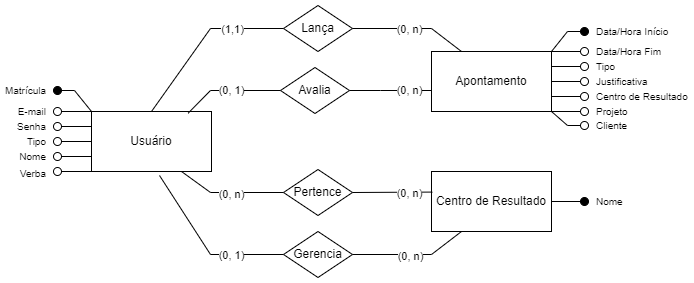
projetoKhali/API2Semestre keeps this draw.io diagram as Docs/ERD/Diagrama de Cardinalidade.png. Above is the earlier version. Source tidied: cells renumbered, new cells last; positions are measured from the earlier drawing's top-left corner, leaving out a move shared by most shapes.
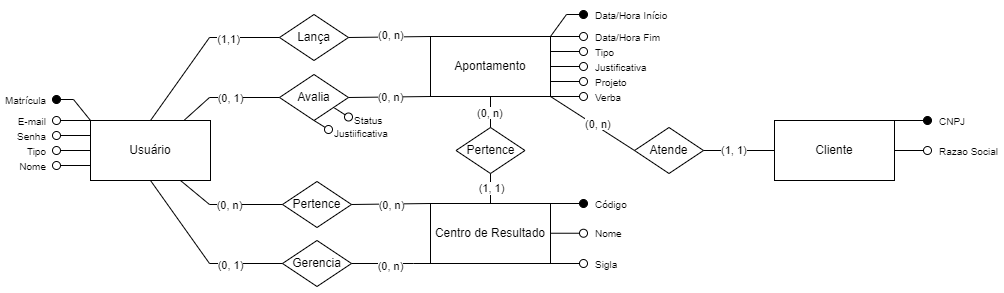
The same diagram one commit later.

Commit message:
atualização diagrama entidade/relacionamento

What changed in the source:
```diff
@@ -49,16 +49,6 @@
         <mxPoint x="-10" y="2" as="offset" />
       </mxGeometry>
     </mxCell>
-    <mxCell id="11" style="html=1;verticalAlign=bottom;labelBackgroundColor=none;startArrow=oval;startFill=0;startSize=8;endArrow=none;rounded=0;entryX=0;entryY=1;entryDx=0;entryDy=0;" parent="1" edge="1" target="4">
-      <mxGeometry x="-1" y="3" relative="1" as="geometry">
-        <mxPoint y="166" as="sourcePoint" />
-      </mxGeometry>
-    </mxCell>
-    <mxCell id="12" value="Verba" style="edgeLabel;html=1;align=right;verticalAlign=middle;fontSize=10;" parent="11" vertex="1">
-      <mxGeometry x="-1" y="2" relative="1" as="geometry">
-        <mxPoint x="-10" y="4" as="offset" />
-      </mxGeometry>
-    </mxCell>
     <mxCell id="13" style="html=1;verticalAlign=bottom;labelBackgroundColor=none;startArrow=oval;startFill=0;startSize=8;endArrow=none;rounded=0;entryX=0;entryY=0;entryDx=0;entryDy=0;" parent="1" edge="1" target="4">
       <mxGeometry x="-1" y="3" relative="1" as="geometry">
         <mxPoint y="106" as="sourcePoint" />
@@ -70,21 +60,21 @@
       </mxGeometry>
     </mxCell>
     <mxCell id="15" value="Lança" style="rhombus;whiteSpace=wrap;html=1;flipV=0;" parent="1" vertex="1">
-      <mxGeometry x="226" width="69" height="46" as="geometry" />
+      <mxGeometry x="223" width="69" height="46" as="geometry" />
     </mxCell>
     <mxCell id="16" value="Avalia" style="rhombus;whiteSpace=wrap;html=1;flipV=0;" parent="1" vertex="1">
-      <mxGeometry x="223" y="62" width="69" height="46" as="geometry" />
+      <mxGeometry x="223" y="60" width="69" height="46" as="geometry" />
     </mxCell>
     <mxCell id="17" value="Pertence" style="rhombus;whiteSpace=wrap;html=1;flipV=0;" parent="1" vertex="1">
-      <mxGeometry x="226" y="164" width="69" height="46" as="geometry" />
+      <mxGeometry x="226" y="167" width="69" height="46" as="geometry" />
     </mxCell>
     <mxCell id="18" value="Gerencia" style="rhombus;whiteSpace=wrap;html=1;flipV=0;" parent="1" vertex="1">
       <mxGeometry x="226" y="226" width="69" height="46" as="geometry" />
     </mxCell>
-    <mxCell id="19" style="endArrow=none;html=1;rounded=0;entryX=0;entryY=0.5;entryDx=0;entryDy=0;exitX=0.805;exitY=0.029;exitDx=0;exitDy=0;exitPerimeter=0;" parent="1" edge="1" source="4" target="16">
+    <mxCell id="19" style="endArrow=none;html=1;rounded=0;entryX=0;entryY=0.5;entryDx=0;entryDy=0;" parent="1" edge="1" source="4" target="16">
       <mxGeometry relative="1" as="geometry">
         <Array as="points">
-          <mxPoint x="153" y="85" />
+          <mxPoint x="153" y="83" />
         </Array>
       </mxGeometry>
     </mxCell>
@@ -96,39 +86,35 @@
     <mxCell id="21" style="endArrow=none;html=1;rounded=0;entryX=0;entryY=0.5;entryDx=0;entryDy=0;exitX=0.75;exitY=1;exitDx=0;exitDy=0;" parent="1" edge="1" source="4" target="17">
       <mxGeometry relative="1" as="geometry">
         <Array as="points">
-          <mxPoint x="153" y="187" />
+          <mxPoint x="153" y="190" />
         </Array>
       </mxGeometry>
     </mxCell>
     <mxCell id="22" value="(0, n)" style="edgeLabel;html=1;align=center;verticalAlign=middle;" parent="21" vertex="1">
       <mxGeometry x="-0.11" y="-2" relative="1" as="geometry">
-        <mxPoint x="8" as="offset" />
+        <mxPoint x="8" y="-2" as="offset" />
       </mxGeometry>
     </mxCell>
     <mxCell id="23" value="Apontamento" style="rounded=0;whiteSpace=wrap;html=1;flipV=0;" parent="1" vertex="1">
-      <mxGeometry x="374" y="46" width="120" height="60" as="geometry" />
+      <mxGeometry x="374" y="22" width="120" height="60" as="geometry" />
     </mxCell>
     <mxCell id="24" value="Centro de Resultado" style="rounded=0;whiteSpace=wrap;html=1;flipV=0;" parent="1" vertex="1">
-      <mxGeometry x="374" y="166" width="120" height="60" as="geometry" />
+      <mxGeometry x="374" y="189" width="120" height="60" as="geometry" />
     </mxCell>
-    <mxCell id="25" style="endArrow=none;html=1;rounded=0;exitX=1;exitY=0.5;exitDx=0;exitDy=0;entryX=0;entryY=0.65;entryDx=0;entryDy=0;entryPerimeter=0;" parent="1" edge="1" source="16" target="23">
-      <mxGeometry relative="1" as="geometry">
-        <Array as="points">
-          <mxPoint x="323" y="85" />
-        </Array>
-      </mxGeometry>
+    <mxCell id="25" style="endArrow=none;html=1;rounded=0;exitX=1;exitY=0.5;exitDx=0;exitDy=0;entryX=0;entryY=1;entryDx=0;entryDy=0;" parent="1" edge="1" source="16" target="23">
+      <mxGeometry relative="1" as="geometry" />
     </mxCell>
     <mxCell id="26" value="(0, n)" style="edgeLabel;html=1;align=center;verticalAlign=middle;" parent="25" vertex="1">
       <mxGeometry x="0.61" relative="1" as="geometry">
-        <mxPoint x="-6" as="offset" />
+        <mxPoint x="-25" as="offset" />
       </mxGeometry>
     </mxCell>
-    <mxCell id="27" style="endArrow=none;html=1;rounded=0;exitX=1;exitY=0.5;exitDx=0;exitDy=0;entryX=0.007;entryY=0.343;entryDx=0;entryDy=0;entryPerimeter=0;" parent="1" edge="1" source="17" target="24">
+    <mxCell id="27" style="endArrow=none;html=1;rounded=0;exitX=1;exitY=0.5;exitDx=0;exitDy=0;entryX=0;entryY=0;entryDx=0;entryDy=0;" parent="1" edge="1" source="17" target="24">
       <mxGeometry relative="1" as="geometry" />
     </mxCell>
     <mxCell id="28" value="(0, n)" style="edgeLabel;html=1;align=center;verticalAlign=middle;" parent="27" vertex="1">
       <mxGeometry x="0.31" y="-1" relative="1" as="geometry">
-        <mxPoint x="4" as="offset" />
+        <mxPoint x="-12" as="offset" />
       </mxGeometry>
     </mxCell>
     <mxCell id="29" style="endArrow=none;html=1;rounded=0;entryX=0;entryY=0.5;entryDx=0;entryDy=0;exitX=0.5;exitY=0;exitDx=0;exitDy=0;" parent="1" edge="1" source="4" target="15">
@@ -143,21 +129,8 @@
         <mxPoint x="6" as="offset" />
       </mxGeometry>
     </mxCell>
-    <mxCell id="31" style="endArrow=none;html=1;rounded=0;entryX=1;entryY=0.5;entryDx=0;entryDy=0;exitX=0.25;exitY=0;exitDx=0;exitDy=0;" parent="1" edge="1" source="23" target="15">
-      <mxGeometry relative="1" as="geometry">
-        <Array as="points">
-          <mxPoint x="374" y="23" />
-        </Array>
-      </mxGeometry>
-    </mxCell>
-    <mxCell id="32" value="(0, n)" style="edgeLabel;html=1;align=center;verticalAlign=middle;" parent="31" vertex="1">
-      <mxGeometry x="-0.04" y="1" relative="1" as="geometry">
-        <mxPoint x="-4" as="offset" />
-      </mxGeometry>
-    </mxCell>
-    <mxCell id="33" style="endArrow=none;html=1;rounded=0;entryX=0;entryY=0.5;entryDx=0;entryDy=0;" parent="1" edge="1" target="18">
+    <mxCell id="33" style="endArrow=none;html=1;rounded=0;entryX=0;entryY=0.5;entryDx=0;entryDy=0;exitX=0.5;exitY=1;exitDx=0;exitDy=0;" parent="1" edge="1" source="4" target="18">
       <mxGeometry relative="1" as="geometry">
-        <mxPoint x="102" y="170" as="sourcePoint" />
         <Array as="points">
           <mxPoint x="153" y="249" />
         </Array>
@@ -165,13 +138,13 @@
     </mxCell>
     <mxCell id="34" value="(0, 1)" style="edgeLabel;html=1;align=center;verticalAlign=middle;" parent="33" vertex="1">
       <mxGeometry x="0.26" y="-1" relative="1" as="geometry">
-        <mxPoint x="10" as="offset" />
+        <mxPoint x="13" as="offset" />
       </mxGeometry>
     </mxCell>
-    <mxCell id="35" style="endArrow=none;html=1;rounded=0;entryX=0.25;entryY=1;entryDx=0;entryDy=0;exitX=1;exitY=0.5;exitDx=0;exitDy=0;" parent="1" edge="1" source="18" target="24">
+    <mxCell id="35" style="endArrow=none;html=1;rounded=0;entryX=0;entryY=1;entryDx=0;entryDy=0;exitX=1;exitY=0.5;exitDx=0;exitDy=0;" parent="1" edge="1" source="18" target="24">
       <mxGeometry relative="1" as="geometry">
         <Array as="points">
-          <mxPoint x="374" y="249" />
+          <mxPoint x="357" y="249" />
         </Array>
       </mxGeometry>
     </mxCell>
@@ -180,21 +153,21 @@
         <mxPoint x="-3" as="offset" />
       </mxGeometry>
     </mxCell>
-    <mxCell id="37" style="html=1;verticalAlign=bottom;labelBackgroundColor=none;startArrow=oval;startFill=1;startSize=8;endArrow=none;rounded=0;entryX=1;entryY=0.5;entryDx=0;entryDy=0;" parent="1" edge="1" target="24">
+    <mxCell id="37" style="html=1;verticalAlign=bottom;labelBackgroundColor=none;startArrow=oval;startFill=1;startSize=8;endArrow=none;rounded=0;entryX=1;entryY=0;entryDx=0;entryDy=0;" parent="1" edge="1" target="24">
       <mxGeometry x="-1" y="3" relative="1" as="geometry">
-        <mxPoint x="527" y="196" as="sourcePoint" />
+        <mxPoint x="527" y="189" as="sourcePoint" />
       </mxGeometry>
     </mxCell>
-    <mxCell id="38" value="&lt;font style=&quot;font-size: 10px;&quot;&gt;Nome&lt;/font&gt;" style="edgeLabel;html=1;align=left;verticalAlign=middle;" parent="37" vertex="1">
+    <mxCell id="38" value="&lt;span style=&quot;font-size: 10px;&quot;&gt;Código&lt;/span&gt;" style="edgeLabel;html=1;align=left;verticalAlign=middle;" parent="37" vertex="1">
       <mxGeometry x="-1" y="4" relative="1" as="geometry">
         <mxPoint x="10" y="-4" as="offset" />
       </mxGeometry>
     </mxCell>
     <mxCell id="39" style="html=1;verticalAlign=bottom;labelBackgroundColor=none;startArrow=oval;startFill=1;startSize=8;endArrow=none;rounded=0;entryX=1;entryY=0;entryDx=0;entryDy=0;" parent="1" edge="1" target="23">
       <mxGeometry x="-1" y="3" relative="1" as="geometry">
-        <mxPoint x="527" y="26" as="sourcePoint" />
+        <mxPoint x="527" as="sourcePoint" />
         <Array as="points">
-          <mxPoint x="510" y="26" />
+          <mxPoint x="510" />
         </Array>
       </mxGeometry>
     </mxCell>
@@ -205,7 +178,7 @@
     </mxCell>
     <mxCell id="41" style="html=1;verticalAlign=bottom;labelBackgroundColor=none;startArrow=oval;startFill=0;startSize=8;endArrow=none;rounded=0;entryX=1;entryY=0;entryDx=0;entryDy=0;" parent="1" edge="1" target="23">
       <mxGeometry x="-1" y="3" relative="1" as="geometry">
-        <mxPoint x="527" y="46" as="sourcePoint" />
+        <mxPoint x="527" y="22" as="sourcePoint" />
       </mxGeometry>
     </mxCell>
     <mxCell id="42" value="&lt;font style=&quot;font-size: 10px;&quot;&gt;Data/Hora Fim&lt;/font&gt;" style="edgeLabel;html=1;align=left;verticalAlign=middle;" parent="41" vertex="1">
@@ -215,7 +188,7 @@
     </mxCell>
     <mxCell id="43" style="html=1;verticalAlign=bottom;labelBackgroundColor=none;startArrow=oval;startFill=0;startSize=8;endArrow=none;rounded=0;entryX=1;entryY=0.25;entryDx=0;entryDy=0;" parent="1" edge="1" target="23">
       <mxGeometry x="-1" y="3" relative="1" as="geometry">
-        <mxPoint x="527" y="61" as="sourcePoint" />
+        <mxPoint x="527" y="37" as="sourcePoint" />
       </mxGeometry>
     </mxCell>
     <mxCell id="44" value="&lt;font style=&quot;font-size: 10px;&quot;&gt;Tipo&lt;/font&gt;" style="edgeLabel;html=1;align=left;verticalAlign=middle;" parent="43" vertex="1">
@@ -225,7 +198,7 @@
     </mxCell>
     <mxCell id="45" style="html=1;verticalAlign=bottom;labelBackgroundColor=none;startArrow=oval;startFill=0;startSize=8;endArrow=none;rounded=0;entryX=1;entryY=0.5;entryDx=0;entryDy=0;" parent="1" edge="1" target="23">
       <mxGeometry x="-1" y="3" relative="1" as="geometry">
-        <mxPoint x="527" y="76" as="sourcePoint" />
+        <mxPoint x="527" y="52" as="sourcePoint" />
       </mxGeometry>
     </mxCell>
     <mxCell id="46" value="&lt;font style=&quot;font-size: 10px;&quot;&gt;Justificativa&lt;/font&gt;" style="edgeLabel;html=1;align=left;verticalAlign=middle;" parent="45" vertex="1">
@@ -233,19 +206,9 @@
         <mxPoint x="10" y="-4" as="offset" />
       </mxGeometry>
     </mxCell>
-    <mxCell id="47" style="html=1;verticalAlign=bottom;labelBackgroundColor=none;startArrow=oval;startFill=0;startSize=8;endArrow=none;rounded=0;entryX=1;entryY=0.75;entryDx=0;entryDy=0;" parent="1" edge="1" target="23">
-      <mxGeometry x="-1" y="3" relative="1" as="geometry">
-        <mxPoint x="527" y="91" as="sourcePoint" />
-      </mxGeometry>
-    </mxCell>
-    <mxCell id="48" value="&lt;font style=&quot;font-size: 10px;&quot;&gt;Centro de Resultado&lt;/font&gt;" style="edgeLabel;html=1;align=left;verticalAlign=middle;" parent="47" vertex="1">
-      <mxGeometry x="-1" y="4" relative="1" as="geometry">
-        <mxPoint x="10" y="-4" as="offset" />
-      </mxGeometry>
-    </mxCell>
-    <mxCell id="49" style="html=1;verticalAlign=bottom;labelBackgroundColor=none;startArrow=oval;startFill=0;startSize=8;endArrow=none;rounded=0;entryX=1;entryY=1;entryDx=0;entryDy=0;" parent="1" edge="1" target="23">
+    <mxCell id="49" style="html=1;verticalAlign=bottom;labelBackgroundColor=none;startArrow=oval;startFill=0;startSize=8;endArrow=none;rounded=0;entryX=1;entryY=0.75;entryDx=0;entryDy=0;" parent="1" edge="1" target="23">
       <mxGeometry x="-1" y="3" relative="1" as="geometry">
-        <mxPoint x="527" y="106" as="sourcePoint" />
+        <mxPoint x="527" y="67" as="sourcePoint" />
       </mxGeometry>
     </mxCell>
     <mxCell id="50" value="&lt;font style=&quot;font-size: 10px;&quot;&gt;Projeto&lt;/font&gt;" style="edgeLabel;html=1;align=left;verticalAlign=middle;" parent="49" vertex="1">
@@ -253,18 +216,121 @@
         <mxPoint x="10" y="-4" as="offset" />
       </mxGeometry>
     </mxCell>
-    <mxCell id="51" style="html=1;verticalAlign=bottom;labelBackgroundColor=none;startArrow=oval;startFill=0;startSize=8;endArrow=none;rounded=0;entryX=1;entryY=1;entryDx=0;entryDy=0;" parent="1" edge="1" target="23">
-      <mxGeometry x="-1" y="3" relative="1" as="geometry">
-        <mxPoint x="527" y="120" as="sourcePoint" />
-        <Array as="points">
-          <mxPoint x="510" y="120" />
-        </Array>
-      </mxGeometry>
-    </mxCell>
+    <mxCell id="53" style="endArrow=none;html=1;rounded=0;exitX=1;exitY=0.5;exitDx=0;exitDy=0;entryX=0;entryY=0;entryDx=0;entryDy=0;" parent="1" edge="1" source="15" target="23">
+      <mxGeometry relative="1" as="geometry" />
+    </mxCell>
+    <mxCell id="54" value="&lt;span style=&quot;color: rgb(0, 0, 0); font-family: Helvetica; font-size: 11px; font-style: normal; font-variant-ligatures: normal; font-variant-caps: normal; font-weight: 400; letter-spacing: normal; orphans: 2; text-align: center; text-indent: 0px; text-transform: none; widows: 2; word-spacing: 0px; -webkit-text-stroke-width: 0px; background-color: rgb(255, 255, 255); text-decoration-thickness: initial; text-decoration-style: initial; text-decoration-color: initial; float: none; display: inline !important;&quot;&gt;(0, n)&lt;/span&gt;" style="text;whiteSpace=wrap;html=1;" parent="1" vertex="1">
+      <mxGeometry x="320" y="7" width="85" height="51" as="geometry" />
+    </mxCell>
+    <mxCell id="55" value="Pertence" style="rhombus;whiteSpace=wrap;html=1;flipV=0;" parent="1" vertex="1">
+      <mxGeometry x="399.5" y="113" width="69" height="46" as="geometry" />
+    </mxCell>
+    <mxCell id="56" style="endArrow=none;html=1;rounded=0;entryX=0.5;entryY=1;entryDx=0;entryDy=0;exitX=0.5;exitY=0;exitDx=0;exitDy=0;" parent="1" edge="1" source="55" target="23">
+      <mxGeometry relative="1" as="geometry" />
+    </mxCell>
+    <mxCell id="57" style="endArrow=none;html=1;rounded=0;entryX=0.5;entryY=1;entryDx=0;entryDy=0;" parent="1" edge="1" source="24" target="55">
+      <mxGeometry relative="1" as="geometry" />
+    </mxCell>
+    <mxCell id="58" value="(1, 1)" style="edgeLabel;html=1;align=center;verticalAlign=middle;" parent="1" vertex="1">
+      <mxGeometry x="366.1" y="98" as="geometry">
+        <mxPoint x="68" y="75" as="offset" />
+      </mxGeometry>
+    </mxCell>
+    <mxCell id="59" value="&lt;span style=&quot;color: rgb(0, 0, 0); font-family: Helvetica; font-size: 11px; font-style: normal; font-variant-ligatures: normal; font-variant-caps: normal; font-weight: 400; letter-spacing: normal; orphans: 2; text-align: center; text-indent: 0px; text-transform: none; widows: 2; word-spacing: 0px; -webkit-text-stroke-width: 0px; background-color: rgb(255, 255, 255); text-decoration-thickness: initial; text-decoration-style: initial; text-decoration-color: initial; float: none; display: inline !important;&quot;&gt;(0, n)&lt;/span&gt;" style="text;whiteSpace=wrap;html=1;" parent="1" vertex="1">
+      <mxGeometry x="419" y="85" width="85" height="51" as="geometry" />
+    </mxCell>
-    <mxCell id="52" value="&lt;font style=&quot;font-size: 10px;&quot;&gt;Cliente&lt;/font&gt;" style="edgeLabel;html=1;align=left;verticalAlign=middle;points=[];" parent="51" vertex="1">
-      <mxGeometry x="-1" y="4" relative="1" as="geometry">
-        <mxPoint x="10" y="-4" as="offset" />
-      </mxGeometry>
+    <mxCell id="52" value="Cliente" style="rounded=0;whiteSpace=wrap;html=1;flipV=0;" parent="1" vertex="1">
+      <mxGeometry x="718" y="106" width="120" height="60" as="geometry" />
     </mxCell>
+    <mxCell id="60" value="Atende" style="rhombus;whiteSpace=wrap;html=1;flipV=0;" parent="1" vertex="1">
+      <mxGeometry x="578" y="113" width="69" height="46" as="geometry" />
+    </mxCell>
+    <mxCell id="61" style="endArrow=none;html=1;rounded=0;entryX=0;entryY=0.5;entryDx=0;entryDy=0;exitX=1;exitY=1;exitDx=0;exitDy=0;" parent="1" edge="1" source="23" target="60">
+      <mxGeometry relative="1" as="geometry" />
+    </mxCell>
+    <mxCell id="62" style="endArrow=none;html=1;rounded=0;exitX=1;exitY=0.5;exitDx=0;exitDy=0;" parent="1" edge="1" source="60" target="52">
+      <mxGeometry relative="1" as="geometry" />
+    </mxCell>
+    <mxCell id="63" style="html=1;verticalAlign=bottom;labelBackgroundColor=none;startArrow=oval;startFill=0;startSize=8;endArrow=none;rounded=0;entryX=1;entryY=0.5;entryDx=0;entryDy=0;" parent="1" edge="1" target="52">
+      <mxGeometry x="-1" y="3" relative="1" as="geometry">
+        <mxPoint x="871" y="136" as="sourcePoint" />
+      </mxGeometry>
+    </mxCell>
+    <mxCell id="64" value="&lt;font style=&quot;font-size: 10px;&quot;&gt;Razao Social&lt;/font&gt;" style="edgeLabel;html=1;align=left;verticalAlign=middle;" parent="63" vertex="1">
+      <mxGeometry x="-1" y="4" relative="1" as="geometry">
+        <mxPoint x="10" y="-4" as="offset" />
+      </mxGeometry>
+    </mxCell>
+    <mxCell id="65" style="html=1;verticalAlign=bottom;labelBackgroundColor=none;startArrow=oval;startFill=1;startSize=8;endArrow=none;rounded=0;entryX=1;entryY=0.5;entryDx=0;entryDy=0;" parent="1" edge="1">
+      <mxGeometry x="-1" y="3" relative="1" as="geometry">
+        <mxPoint x="871" y="106" as="sourcePoint" />
+        <mxPoint x="838" y="106" as="targetPoint" />
+      </mxGeometry>
+    </mxCell>
+    <mxCell id="66" value="&lt;font style=&quot;font-size: 10px;&quot;&gt;CNPJ&lt;/font&gt;" style="edgeLabel;html=1;align=left;verticalAlign=middle;" parent="65" vertex="1">
+      <mxGeometry x="-1" y="4" relative="1" as="geometry">
+        <mxPoint x="10" y="-4" as="offset" />
+      </mxGeometry>
+    </mxCell>
+    <mxCell id="67" value="&lt;span style=&quot;color: rgb(0, 0, 0); font-family: Helvetica; font-size: 11px; font-style: normal; font-variant-ligatures: normal; font-variant-caps: normal; font-weight: 400; letter-spacing: normal; orphans: 2; text-align: center; text-indent: 0px; text-transform: none; widows: 2; word-spacing: 0px; -webkit-text-stroke-width: 0px; background-color: rgb(255, 255, 255); text-decoration-thickness: initial; text-decoration-style: initial; text-decoration-color: initial; float: none; display: inline !important;&quot;&gt;(0, n)&lt;/span&gt;" style="text;whiteSpace=wrap;html=1;" parent="1" vertex="1">
+      <mxGeometry x="527" y="96" width="34" height="17" as="geometry" />
+    </mxCell>
+    <mxCell id="68" value="&lt;span style=&quot;color: rgb(0, 0, 0); font-family: Helvetica; font-size: 11px; font-style: normal; font-variant-ligatures: normal; font-variant-caps: normal; font-weight: 400; letter-spacing: normal; orphans: 2; text-align: center; text-indent: 0px; text-transform: none; widows: 2; word-spacing: 0px; -webkit-text-stroke-width: 0px; background-color: rgb(255, 255, 255); text-decoration-thickness: initial; text-decoration-style: initial; text-decoration-color: initial; float: none; display: inline !important;&quot;&gt;(1, 1)&lt;/span&gt;" style="text;whiteSpace=wrap;html=1;" parent="1" vertex="1">
+      <mxGeometry x="663" y="122" width="34" height="17" as="geometry" />
+    </mxCell>
+    <mxCell id="69" style="html=1;verticalAlign=bottom;labelBackgroundColor=none;startArrow=oval;startFill=0;startSize=8;endArrow=none;rounded=0;entryX=0.5;entryY=1;entryDx=0;entryDy=0;" parent="1" edge="1" target="16">
+      <mxGeometry x="-1" y="3" relative="1" as="geometry">
+        <mxPoint x="272" y="115" as="sourcePoint" />
+      </mxGeometry>
+    </mxCell>
+    <mxCell id="70" value="&lt;font style=&quot;font-size: 10px;&quot;&gt;Justiificativa&lt;/font&gt;" style="edgeLabel;html=1;align=left;verticalAlign=middle;" parent="69" vertex="1">
+      <mxGeometry x="-1" y="4" relative="1" as="geometry">
+        <mxPoint x="6" as="offset" />
+      </mxGeometry>
+    </mxCell>
+    <mxCell id="71" style="html=1;verticalAlign=bottom;labelBackgroundColor=none;startArrow=oval;startFill=0;startSize=8;endArrow=none;rounded=0;entryX=0.5;entryY=1;entryDx=0;entryDy=0;" parent="1" edge="1">
+      <mxGeometry x="-1" y="3" relative="1" as="geometry">
+        <mxPoint x="292" y="102.5" as="sourcePoint" />
+        <mxPoint x="278" y="93.5" as="targetPoint" />
+      </mxGeometry>
+    </mxCell>
+    <mxCell id="72" value="&lt;span style=&quot;font-size: 10px;&quot;&gt;Status&lt;/span&gt;" style="edgeLabel;html=1;align=left;verticalAlign=middle;" parent="71" vertex="1">
+      <mxGeometry x="-1" y="4" relative="1" as="geometry">
+        <mxPoint x="6" as="offset" />
+      </mxGeometry>
+    </mxCell>
+    <mxCell id="73" style="html=1;verticalAlign=bottom;labelBackgroundColor=none;startArrow=oval;startFill=0;startSize=8;endArrow=none;rounded=0;entryX=1;entryY=0.75;entryDx=0;entryDy=0;" parent="1" edge="1">
+      <mxGeometry x="-1" y="3" relative="1" as="geometry">
+        <mxPoint x="527" y="82" as="sourcePoint" />
+        <mxPoint x="494" y="82" as="targetPoint" />
+      </mxGeometry>
+    </mxCell>
+    <mxCell id="12" value="&lt;font style=&quot;font-size: 10px;&quot;&gt;Verba&lt;/font&gt;" style="edgeLabel;html=1;align=left;verticalAlign=middle;" parent="73" vertex="1">
+      <mxGeometry x="-1" y="4" relative="1" as="geometry">
+        <mxPoint x="10" y="-4" as="offset" />
+      </mxGeometry>
+    </mxCell>
+    <mxCell id="74" style="html=1;verticalAlign=bottom;labelBackgroundColor=none;startArrow=oval;startFill=0;startSize=8;endArrow=none;rounded=0;entryX=1;entryY=0.75;entryDx=0;entryDy=0;" parent="1" edge="1">
+      <mxGeometry x="-1" y="3" relative="1" as="geometry">
+        <mxPoint x="527" y="218.7" as="sourcePoint" />
+        <mxPoint x="494" y="218.7" as="targetPoint" />
+      </mxGeometry>
+    </mxCell>
+    <mxCell id="75" value="&lt;font style=&quot;font-size: 10px;&quot;&gt;Nome&lt;/font&gt;" style="edgeLabel;html=1;align=left;verticalAlign=middle;" parent="74" vertex="1">
+      <mxGeometry x="-1" y="4" relative="1" as="geometry">
+        <mxPoint x="10" y="-4" as="offset" />
+      </mxGeometry>
+    </mxCell>
+    <mxCell id="76" style="html=1;verticalAlign=bottom;labelBackgroundColor=none;startArrow=oval;startFill=0;startSize=8;endArrow=none;rounded=0;entryX=1;entryY=0.75;entryDx=0;entryDy=0;" parent="1" edge="1">
+      <mxGeometry x="-1" y="3" relative="1" as="geometry">
+        <mxPoint x="527" y="249" as="sourcePoint" />
+        <mxPoint x="494" y="249" as="targetPoint" />
+      </mxGeometry>
+    </mxCell>
+    <mxCell id="77" value="&lt;font style=&quot;font-size: 10px;&quot;&gt;Sigla&lt;/font&gt;" style="edgeLabel;html=1;align=left;verticalAlign=middle;" parent="76" vertex="1">
+      <mxGeometry x="-1" y="4" relative="1" as="geometry">
+        <mxPoint x="10" y="-4" as="offset" />
+      </mxGeometry>
+    </mxCell>
   </root>
 </mxGraphModel>
```
